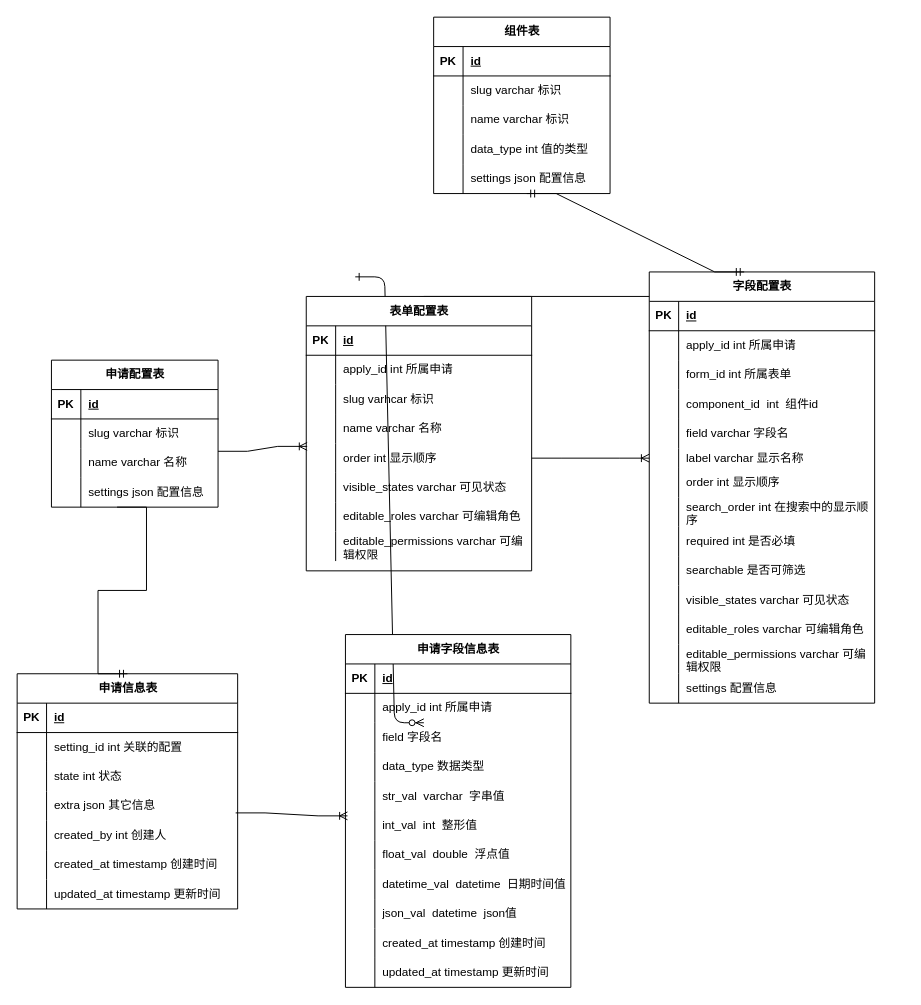
joewongex/drawio keeps this draw.io diagram as 未命名绘图.drawio. Above is the earlier version. Source tidied: cells renumbered, new cells numbered last; positions are measured from the earlier drawing's top-left corner, leaving out a move shared by most shapes. Both pictures are drawn from the tidied source at 98%, with x=0, y=0 at pixel (17, 17).
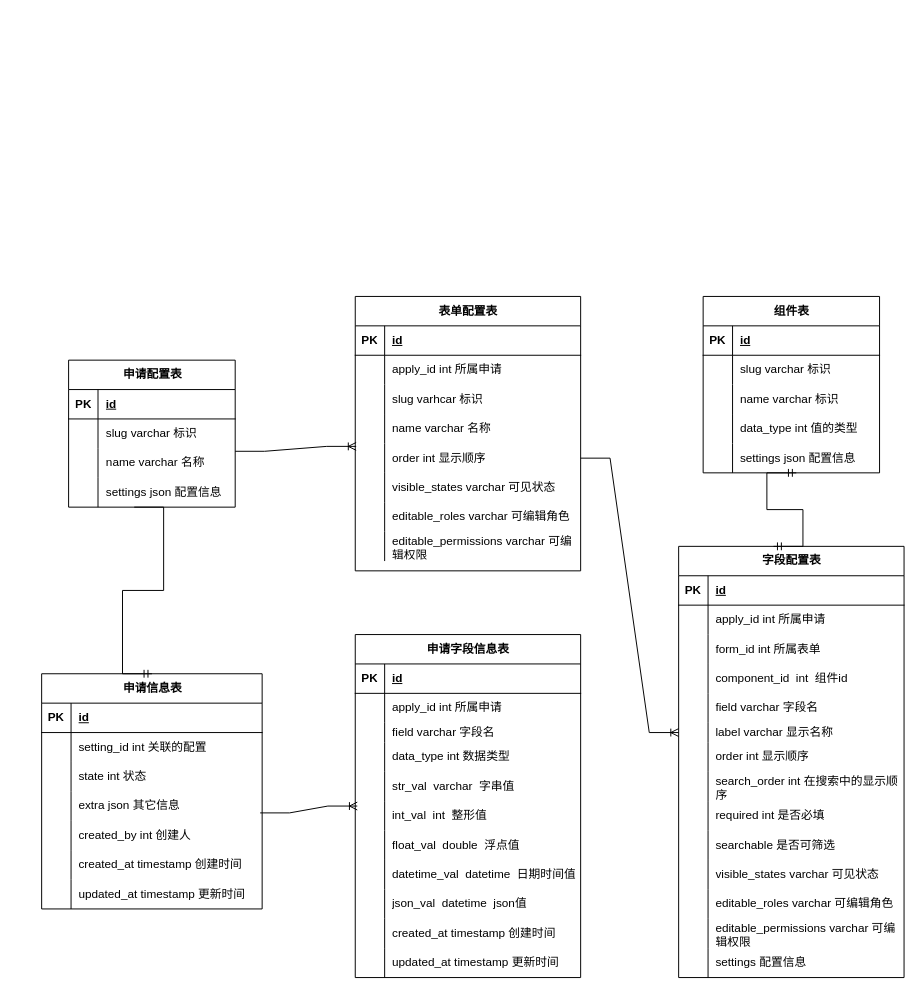
The same page after the edit.

Commit message (it also covers changes not shown here):
更新未命名绘图.drawio

What changed in the source:
```diff
@@
-    <mxCell id="2" style="edgeStyle=entityRelationEdgeStyle;endArrow=ERzeroToMany;startArrow=ERone;endFill=1;startFill=0;" parent="1" edge="1">
-      <mxGeometry relative="1" as="geometry">
-        <mxPoint x="345" y="265" as="sourcePoint" />
-        <mxPoint x="415" y="720" as="targetPoint" />
-      </mxGeometry>
-    </mxCell>
-    <mxCell id="3" style="edgeStyle=entityRelationEdgeStyle;endArrow=ERzeroToMany;startArrow=ERone;endFill=1;startFill=0;" parent="1" edge="1">
-      <mxGeometry relative="1" as="geometry">
-        <mxPoint x="675" y="265" as="sourcePoint" />
-        <mxPoint x="435" y="305" as="targetPoint" />
-      </mxGeometry>
-    </mxCell>
@@
     <mxCell id="5" value="表单配置表" style="shape=table;startSize=30;childLayout=tableLayout;rowLines=0;fontStyle=1;align=center;html=1;" parent="1" vertex="1">
-      <mxGeometry x="295" y="285" width="230" height="280" as="geometry" />
+      <mxGeometry x="345" y="285" width="230" height="280" as="geometry" />
     </mxCell>
@@
     <mxCell id="30" value="申请配置表" style="shape=table;startSize=30;childLayout=tableLayout;rowLines=0;fontStyle=1;align=center;html=1;" parent="1" vertex="1">
-      <mxGeometry x="35" y="350" width="170" height="150" as="geometry" />
+      <mxGeometry x="52.5" y="350" width="170" height="150" as="geometry" />
     </mxCell>
@@
     <mxCell id="44" value="组件表" style="shape=table;startSize=30;childLayout=tableLayout;rowLines=0;fontStyle=1;align=center;html=1;" parent="1" vertex="1">
-      <mxGeometry x="425" width="180" height="180" as="geometry" />
+      <mxGeometry x="700" y="285" width="180" height="180" as="geometry" />
     </mxCell>
@@
     <mxCell id="60" value="字段配置表" style="shape=table;startSize=30;childLayout=tableLayout;rowLines=0;fontStyle=1;align=center;html=1;" parent="1" vertex="1">
-      <mxGeometry x="645" y="260" width="230" height="440" as="geometry" />
+      <mxGeometry x="675" y="540" width="230" height="440" as="geometry" />
     </mxCell>
@@
     <mxCell id="105" value="申请信息表" style="shape=table;startSize=30;childLayout=tableLayout;rowLines=0;fontStyle=1;align=center;html=1;" parent="1" vertex="1">
-      <mxGeometry y="670" width="225" height="240" as="geometry" />
+      <mxGeometry x="25" y="670" width="225" height="240" as="geometry" />
     </mxCell>
@@
     <mxCell id="128" value="申请字段信息表" style="shape=table;startSize=30;childLayout=tableLayout;rowLines=0;fontStyle=1;align=center;html=1;" parent="1" vertex="1">
-      <mxGeometry x="335" y="630" width="230" height="360" as="geometry" />
+      <mxGeometry x="345" y="630" width="230" height="350" as="geometry" />
     </mxCell>
@@
     <mxCell id="135" style="shape=tableRow;horizontal=0;startSize=0;swimlaneHead=0;swimlaneBody=0;fillColor=none;top=0;left=0;right=0;bottom=0;" parent="128" vertex="1">
-      <mxGeometry y="90" width="230" height="30" as="geometry" />
+      <mxGeometry y="90" width="230" height="20" as="geometry" />
     </mxCell>
     <mxCell id="136" style="shape=partialRectangle;fillColor=none;top=0;left=0;bottom=0;right=0;overflow=hidden;whiteSpace=wrap;html=1;" parent="135" vertex="1">
-      <mxGeometry width="30" height="30" as="geometry" />
+      <mxGeometry width="30" height="20" as="geometry" />
     </mxCell>
-    <mxCell id="137" value="field 字段名" style="shape=partialRectangle;fillColor=none;top=0;left=0;bottom=0;right=0;align=left;spacingLeft=6;overflow=hidden;whiteSpace=wrap;html=1;" parent="135" vertex="1">
-      <mxGeometry x="30" width="200" height="30" as="geometry" />
+    <mxCell id="137" value="field varchar 字段名" style="shape=partialRectangle;fillColor=none;top=0;left=0;bottom=0;right=0;align=left;spacingLeft=6;overflow=hidden;whiteSpace=wrap;html=1;" parent="135" vertex="1">
+      <mxGeometry x="30" width="200" height="20" as="geometry" />
     </mxCell>
     <mxCell id="138" style="shape=tableRow;horizontal=0;startSize=0;swimlaneHead=0;swimlaneBody=0;fillColor=none;top=0;left=0;right=0;bottom=0;" parent="128" vertex="1">
-      <mxGeometry y="120" width="230" height="30" as="geometry" />
+      <mxGeometry y="110" width="230" height="30" as="geometry" />
     </mxCell>
@@
-    <mxCell id="140" value="data_type 数据类型" style="shape=partialRectangle;fillColor=none;top=0;left=0;bottom=0;right=0;align=left;spacingLeft=6;overflow=hidden;whiteSpace=wrap;html=1;" parent="138" vertex="1">
+    <mxCell id="140" value="data_type int 数据类型" style="shape=partialRectangle;fillColor=none;top=0;left=0;bottom=0;right=0;align=left;spacingLeft=6;overflow=hidden;whiteSpace=wrap;html=1;" parent="138" vertex="1">
       <mxGeometry x="30" width="200" height="30" as="geometry" />
     </mxCell>
     <mxCell id="141" style="shape=tableRow;horizontal=0;startSize=0;swimlaneHead=0;swimlaneBody=0;fillColor=none;top=0;left=0;right=0;bottom=0;" parent="128" vertex="1">
-      <mxGeometry y="150" width="230" height="30" as="geometry" />
+      <mxGeometry y="140" width="230" height="30" as="geometry" />
     </mxCell>
@@
     <mxCell id="144" style="shape=tableRow;horizontal=0;startSize=0;swimlaneHead=0;swimlaneBody=0;fillColor=none;points=[[0,0.5],[1,0.5]];portConstraint=eastwest;top=0;left=0;right=0;bottom=0;" parent="128" vertex="1">
-      <mxGeometry y="180" width="230" height="30" as="geometry" />
+      <mxGeometry y="170" width="230" height="30" as="geometry" />
     </mxCell>
@@
     <mxCell id="147" style="shape=tableRow;horizontal=0;startSize=0;swimlaneHead=0;swimlaneBody=0;fillColor=none;top=0;left=0;right=0;bottom=0;" parent="128" vertex="1">
-      <mxGeometry y="210" width="230" height="30" as="geometry" />
+      <mxGeometry y="200" width="230" height="30" as="geometry" />
     </mxCell>
@@
     <mxCell id="150" style="shape=tableRow;horizontal=0;startSize=0;swimlaneHead=0;swimlaneBody=0;fillColor=none;top=0;left=0;right=0;bottom=0;" parent="128" vertex="1">
-      <mxGeometry y="240" width="230" height="30" as="geometry" />
+      <mxGeometry y="230" width="230" height="30" as="geometry" />
     </mxCell>
@@
     <mxCell id="153" style="shape=tableRow;horizontal=0;startSize=0;swimlaneHead=0;swimlaneBody=0;fillColor=none;top=0;left=0;right=0;bottom=0;" parent="128" vertex="1">
-      <mxGeometry y="270" width="230" height="30" as="geometry" />
+      <mxGeometry y="260" width="230" height="30" as="geometry" />
     </mxCell>
@@
     <mxCell id="156" style="shape=tableRow;horizontal=0;startSize=0;swimlaneHead=0;swimlaneBody=0;fillColor=none;top=0;left=0;right=0;bottom=0;" parent="128" vertex="1">
-      <mxGeometry y="300" width="230" height="30" as="geometry" />
+      <mxGeometry y="290" width="230" height="30" as="geometry" />
     </mxCell>
@@
     <mxCell id="159" style="shape=tableRow;horizontal=0;startSize=0;swimlaneHead=0;swimlaneBody=0;fillColor=none;top=0;left=0;right=0;bottom=0;" parent="128" vertex="1">
-      <mxGeometry y="330" width="230" height="30" as="geometry" />
+      <mxGeometry y="320" width="230" height="30" as="geometry" />
     </mxCell>
```
